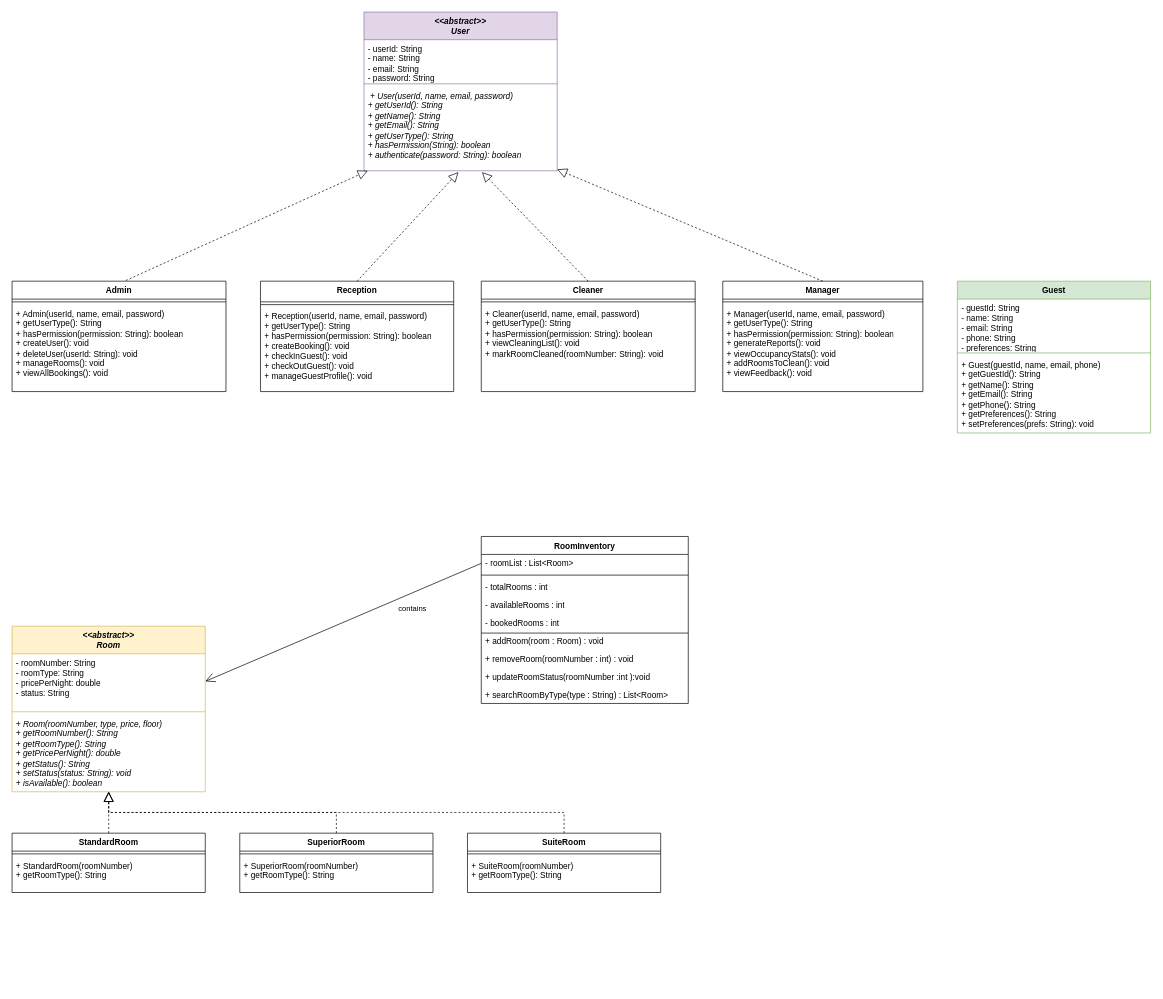
Above: src/UMLDiagrams/Hotel Management System Class Diagram.drawio in MauricePrendeville/Group-6-Project-ATU-Software-Development (draw.io), before the change. Source tidied: cells renumbered, new cells numbered last; positions are measured from the earlier drawing's top-left corner, leaving out a move shared by most shapes. Both pictures are drawn from the tidied source at 69%, with x=0, y=0 at pixel (12, 12).
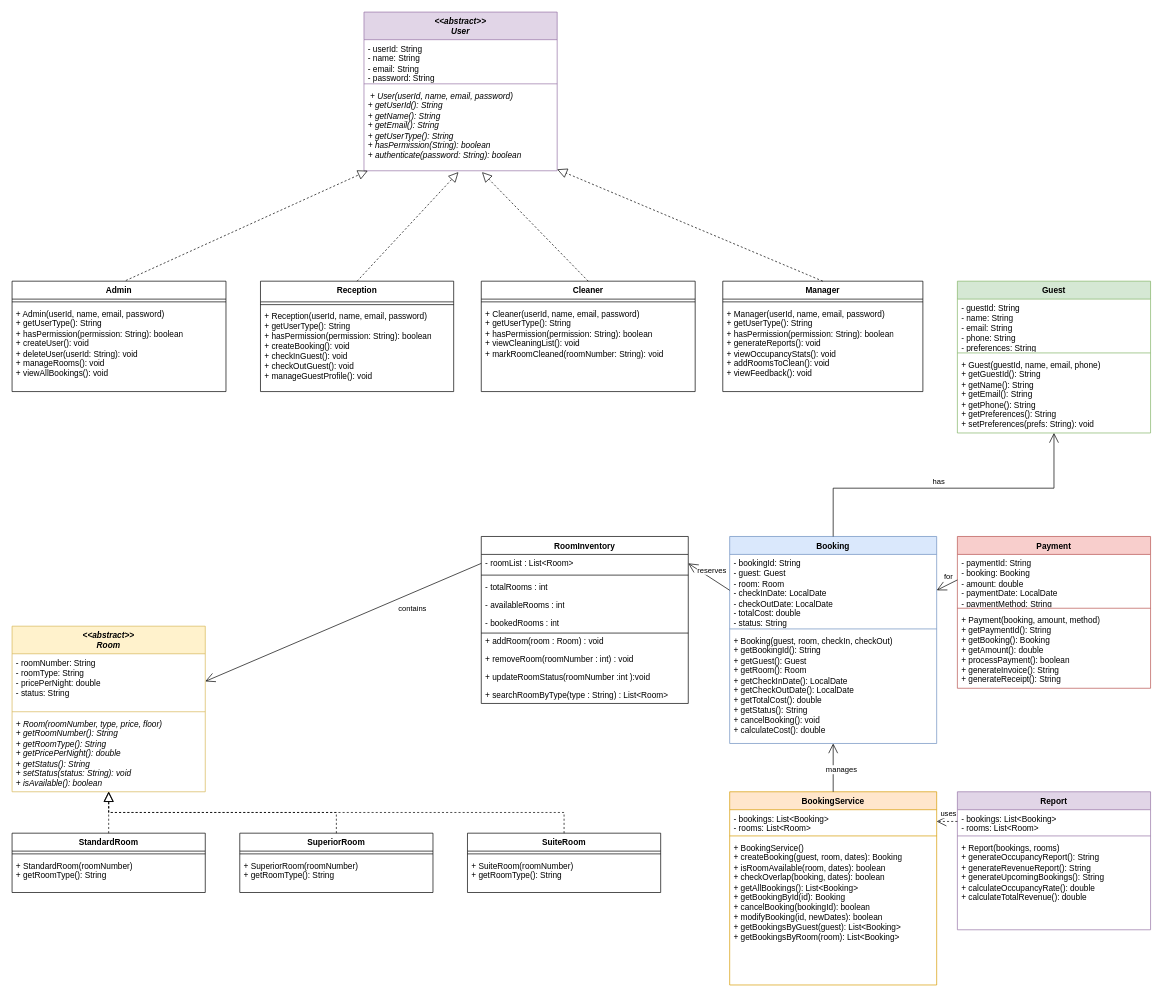
The same page after the edit.

Commit message:
[Diagram] Add remaining classes

The change refers to these unchanged cells:
```xml
<mxCell id="18" value="Guest" style="swimlane;fontStyle=1;align=center;verticalAlign=top;horizontal=1;startSize=26;whiteSpace=wrap;html=1;fillColor=#d5e8d4;strokeColor=#82b366;" parent="1" vertex="1">
  <mxGeometry x="1370" y="390" width="280" height="220" as="geometry" />
</mxCell>
<mxCell id="36" value="- roomList : List&amp;lt;Room&amp;gt;" style="text;strokeColor=none;fillColor=none;align=left;verticalAlign=top;spacingLeft=4;spacingRight=4;overflow=hidden;points=[[0,0.5],[1,0.5]];portConstraint=eastwest;whiteSpace=wrap;html=1;" parent="35" vertex="1">
  <mxGeometry y="26" width="300" height="26" as="geometry" />
</mxCell>
```

Change to the diagram source:
```diff
@@
+    <mxCell id="55" value="Booking" style="swimlane;fontStyle=1;align=center;verticalAlign=top;horizontal=1;startSize=26;whiteSpace=wrap;html=1;fillColor=#dae8fc;strokeColor=#6c8ebf;" parent="1" vertex="1">
+      <mxGeometry x="1040" y="760" width="300" height="300" as="geometry" />
+    </mxCell>
+    <mxCell id="56" value="- bookingId: String&lt;br&gt;- guest: Guest&lt;br&gt;- room: Room&lt;br&gt;- checkInDate: LocalDate&lt;br&gt;- checkOutDate: LocalDate&lt;br&gt;- totalCost: double&lt;br&gt;- status: String" style="text;strokeColor=none;fillColor=none;align=left;verticalAlign=top;spacingLeft=4;spacingRight=4;overflow=hidden;points=[[0,0.5],[1,0.5]];portConstraint=eastwest;whiteSpace=wrap;html=1;" parent="55" vertex="1">
+      <mxGeometry y="26" width="300" height="104" as="geometry" />
+    </mxCell>
+    <mxCell id="57" style="line;strokeWidth=1;fillColor=none;align=left;verticalAlign=middle;spacingTop=-1;spacingLeft=3;spacingRight=3;labelPosition=right;strokeColor=inherit;" parent="55" vertex="1">
+      <mxGeometry y="130" width="300" height="8" as="geometry" />
+    </mxCell>
+    <mxCell id="58" value="+ Booking(guest, room, checkIn, checkOut)&lt;br&gt;+ getBookingId(): String&lt;br&gt;+ getGuest(): Guest&lt;br&gt;+ getRoom(): Room&lt;br&gt;+ getCheckInDate(): LocalDate&lt;br&gt;+ getCheckOutDate(): LocalDate&lt;br&gt;+ getTotalCost(): double&lt;br&gt;+ getStatus(): String&lt;br&gt;+ cancelBooking(): void&lt;br&gt;+ calculateCost(): double" style="text;strokeColor=none;fillColor=none;align=left;verticalAlign=top;spacingLeft=4;spacingRight=4;overflow=hidden;whiteSpace=wrap;html=1;" parent="55" vertex="1">
+      <mxGeometry y="138" width="300" height="162" as="geometry" />
+    </mxCell>
+    <mxCell id="59" value="Payment" style="swimlane;fontStyle=1;align=center;verticalAlign=top;horizontal=1;startSize=26;whiteSpace=wrap;html=1;fillColor=#f8cecc;strokeColor=#b85450;" parent="1" vertex="1">
+      <mxGeometry x="1370" y="760" width="280" height="220" as="geometry" />
+    </mxCell>
+    <mxCell id="60" value="- paymentId: String&lt;br&gt;- booking: Booking&lt;br&gt;- amount: double&lt;br&gt;- paymentDate: LocalDate&lt;br&gt;- paymentMethod: String" style="text;strokeColor=none;fillColor=none;align=left;verticalAlign=top;spacingLeft=4;spacingRight=4;overflow=hidden;points=[[0,0.5],[1,0.5]];portConstraint=eastwest;whiteSpace=wrap;html=1;" parent="59" vertex="1">
+      <mxGeometry y="26" width="280" height="74" as="geometry" />
+    </mxCell>
+    <mxCell id="61" style="line;strokeWidth=1;fillColor=none;align=left;verticalAlign=middle;spacingTop=-1;spacingLeft=3;spacingRight=3;labelPosition=right;strokeColor=inherit;" parent="59" vertex="1">
+      <mxGeometry y="100" width="280" height="8" as="geometry" />
+    </mxCell>
+    <mxCell id="62" value="+ Payment(booking, amount, method)&lt;br&gt;+ getPaymentId(): String&lt;br&gt;+ getBooking(): Booking&lt;br&gt;+ getAmount(): double&lt;br&gt;+ processPayment(): boolean&lt;br&gt;+ generateInvoice(): String&lt;br&gt;+ generateReceipt(): String" style="text;strokeColor=none;fillColor=none;align=left;verticalAlign=top;spacingLeft=4;spacingRight=4;overflow=hidden;whiteSpace=wrap;html=1;" parent="59" vertex="1">
+      <mxGeometry y="108" width="280" height="112" as="geometry" />
+    </mxCell>
+    <mxCell id="63" value="BookingService" style="swimlane;fontStyle=1;align=center;verticalAlign=top;horizontal=1;startSize=26;whiteSpace=wrap;html=1;fillColor=#ffe6cc;strokeColor=#d79b00;" parent="1" vertex="1">
+      <mxGeometry x="1040" y="1130" width="300" height="280" as="geometry" />
+    </mxCell>
+    <mxCell id="64" value="- bookings: List&amp;lt;Booking&amp;gt;&lt;br&gt;- rooms: List&amp;lt;Room&amp;gt;" style="text;strokeColor=none;fillColor=none;align=left;verticalAlign=top;spacingLeft=4;spacingRight=4;overflow=hidden;points=[[0,0.5],[1,0.5]];portConstraint=eastwest;whiteSpace=wrap;html=1;" parent="63" vertex="1">
+      <mxGeometry y="26" width="300" height="34" as="geometry" />
+    </mxCell>
+    <mxCell id="65" style="line;strokeWidth=1;fillColor=none;align=left;verticalAlign=middle;spacingTop=-1;spacingLeft=3;spacingRight=3;labelPosition=right;strokeColor=inherit;" parent="63" vertex="1">
+      <mxGeometry y="60" width="300" height="8" as="geometry" />
+    </mxCell>
+    <mxCell id="66" value="+ BookingService()&lt;br&gt;+ createBooking(guest, room, dates): Booking&lt;br&gt;+ isRoomAvailable(room, dates): boolean&lt;br&gt;+ checkOverlap(booking, dates): boolean&lt;br&gt;+ getAllBookings(): List&amp;lt;Booking&amp;gt;&lt;br&gt;+ getBookingById(id): Booking&lt;br&gt;+ cancelBooking(bookingId): boolean&lt;br&gt;+ modifyBooking(id, newDates): boolean&lt;br&gt;+ getBookingsByGuest(guest): List&amp;lt;Booking&amp;gt;&lt;br&gt;+ getBookingsByRoom(room): List&amp;lt;Booking&amp;gt;" style="text;strokeColor=none;fillColor=none;align=left;verticalAlign=top;spacingLeft=4;spacingRight=4;overflow=hidden;whiteSpace=wrap;html=1;" parent="63" vertex="1">
+      <mxGeometry y="68" width="300" height="212" as="geometry" />
+    </mxCell>
+    <mxCell id="67" value="Report" style="swimlane;fontStyle=1;align=center;verticalAlign=top;horizontal=1;startSize=26;whiteSpace=wrap;html=1;fillColor=#e1d5e7;strokeColor=#9673a6;" parent="1" vertex="1">
+      <mxGeometry x="1370" y="1130" width="280" height="200" as="geometry" />
+    </mxCell>
+    <mxCell id="68" value="- bookings: List&amp;lt;Booking&amp;gt;&lt;br&gt;- rooms: List&amp;lt;Room&amp;gt;" style="text;strokeColor=none;fillColor=none;align=left;verticalAlign=top;spacingLeft=4;spacingRight=4;overflow=hidden;points=[[0,0.5],[1,0.5]];portConstraint=eastwest;whiteSpace=wrap;html=1;" parent="67" vertex="1">
+      <mxGeometry y="26" width="280" height="34" as="geometry" />
+    </mxCell>
+    <mxCell id="69" style="line;strokeWidth=1;fillColor=none;align=left;verticalAlign=middle;spacingTop=-1;spacingLeft=3;spacingRight=3;labelPosition=right;strokeColor=inherit;" parent="67" vertex="1">
+      <mxGeometry y="60" width="280" height="8" as="geometry" />
+    </mxCell>
+    <mxCell id="70" value="+ Report(bookings, rooms)&lt;br&gt;+ generateOccupancyReport(): String&lt;br&gt;+ generateRevenueReport(): String&lt;br&gt;+ generateUpcomingBookings(): String&lt;br&gt;+ calculateOccupancyRate(): double&lt;br&gt;+ calculateTotalRevenue(): double" style="text;strokeColor=none;fillColor=none;align=left;verticalAlign=top;spacingLeft=4;spacingRight=4;overflow=hidden;whiteSpace=wrap;html=1;" parent="67" vertex="1">
+      <mxGeometry y="68" width="280" height="132" as="geometry" />
+    </mxCell>
@@
+    <mxCell id="71" style="endArrow=open;endFill=1;endSize=12;html=1;rounded=0;exitX=0.5;exitY=0;exitDx=0;exitDy=0;entryX=0.5;entryY=1;entryDx=0;entryDy=0;" parent="1" edge="1" source="55" target="18">
+      <mxGeometry relative="1" as="geometry">
+        <Array as="points">
+          <mxPoint x="1190" y="690" />
+          <mxPoint x="1510" y="690" />
+        </Array>
+      </mxGeometry>
+    </mxCell>
+    <mxCell id="72" value="has" style="edgeLabel;html=1;align=center;verticalAlign=middle;" parent="71" vertex="1">
+      <mxGeometry x="-0.1" y="-1" relative="1" as="geometry">
+        <mxPoint x="10" y="-11" as="offset" />
+      </mxGeometry>
+    </mxCell>
+    <mxCell id="73" style="endArrow=open;endFill=1;endSize=12;html=1;rounded=0;exitX=0;exitY=0.5;exitDx=0;exitDy=0;entryX=1;entryY=0.5;entryDx=0;entryDy=0;" parent="1" edge="1" source="56" target="36">
+      <mxGeometry relative="1" as="geometry" />
+    </mxCell>
+    <mxCell id="74" value="reserves" style="edgeLabel;html=1;align=center;verticalAlign=middle;" parent="73" vertex="1">
+      <mxGeometry x="-0.1" y="-1" relative="1" as="geometry">
+        <mxPoint y="-11" as="offset" />
+      </mxGeometry>
+    </mxCell>
+    <mxCell id="75" style="endArrow=open;endFill=1;endSize=12;html=1;rounded=0;exitX=0;exitY=0.5;exitDx=0;exitDy=0;entryX=1;entryY=0.5;entryDx=0;entryDy=0;" parent="1" edge="1" source="60" target="56">
+      <mxGeometry relative="1" as="geometry" />
+    </mxCell>
+    <mxCell id="76" value="for" style="edgeLabel;html=1;align=center;verticalAlign=middle;" parent="75" vertex="1">
+      <mxGeometry x="-0.1" y="-1" relative="1" as="geometry">
+        <mxPoint y="-11" as="offset" />
+      </mxGeometry>
+    </mxCell>
+    <mxCell id="77" style="endArrow=open;endFill=1;endSize=12;html=1;rounded=0;exitX=0.5;exitY=0;exitDx=0;exitDy=0;entryX=0.5;entryY=1;entryDx=0;entryDy=0;" parent="1" edge="1" source="63" target="55">
+      <mxGeometry relative="1" as="geometry" />
+    </mxCell>
+    <mxCell id="78" value="manages" style="edgeLabel;html=1;align=center;verticalAlign=middle;" parent="77" vertex="1">
+      <mxGeometry x="-0.1" y="-1" relative="1" as="geometry">
+        <mxPoint x="10" y="-1" as="offset" />
+      </mxGeometry>
+    </mxCell>
+    <mxCell id="79" style="endArrow=open;endFill=1;endSize=12;html=1;rounded=0;exitX=0;exitY=0.5;exitDx=0;exitDy=0;entryX=1;entryY=0.5;entryDx=0;entryDy=0;dashed=1;" parent="1" edge="1" source="68" target="64">
+      <mxGeometry relative="1" as="geometry" />
+    </mxCell>
+    <mxCell id="80" value="uses" style="edgeLabel;html=1;align=center;verticalAlign=middle;" parent="79" vertex="1">
+      <mxGeometry x="-0.1" y="-1" relative="1" as="geometry">
+        <mxPoint y="-11" as="offset" />
+      </mxGeometry>
+    </mxCell>
```
